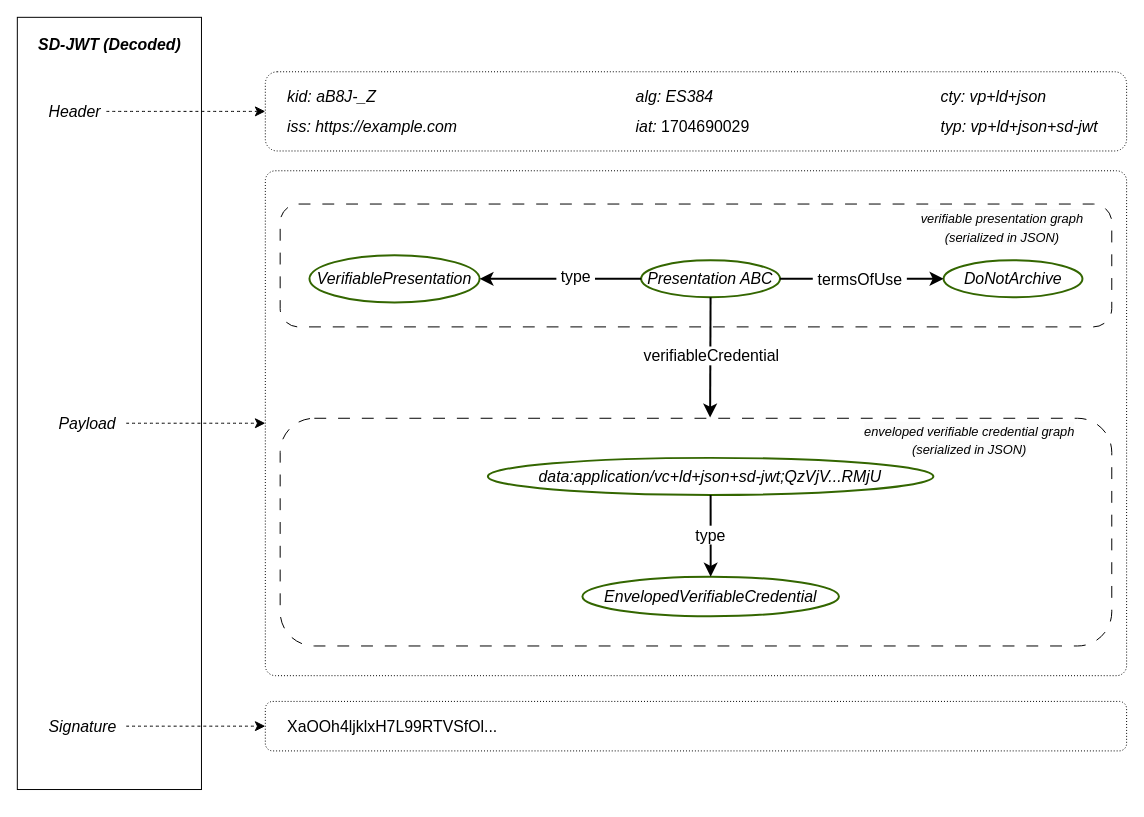
Before: diagrams/vp-jwt.drawio in w3c/vc-data-model, a draw.io diagram. Source tidied: cells renumbered, new cells numbered last; positions are measured from the earlier drawing's top-left corner, leaving out a move shared by most shapes. Both pictures are drawn from the tidied source at 99%, with x=0, y=0 at pixel (17, 17).
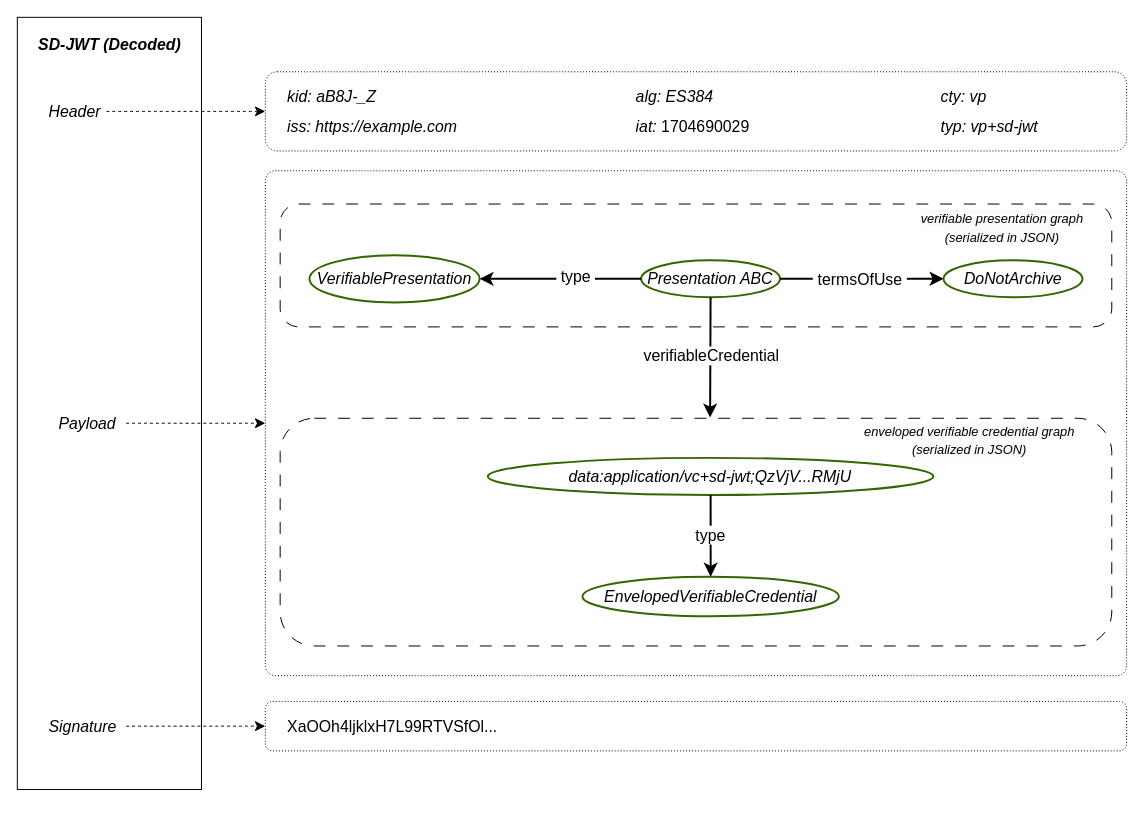
After the change.

Commit message (it also covers changes not shown here):
Remove "+ld+json" from media type text in diagrams.

Unchanged cells that the change refers to:
```xml
<mxCell id="22" style="group;" parent="15" vertex="1">
  <mxGeometry x="660" width="170" height="60" as="geometry" />
</mxCell>
<mxCell id="44" style="group;" parent="25" vertex="1">
  <mxGeometry x="224.8" y="290" width="450" height="167.7" as="geometry" />
</mxCell>
```

What changed in the source:
```diff
@@
-    <mxCell id="23" value="&lt;i&gt;cty: vp+ld+json&lt;/i&gt;" style="text;strokeColor=none;fillColor=none;html=1;align=left;verticalAlign=middle;whiteSpace=wrap;rounded=0;fontSize=16;flipH=0;" parent="22" vertex="1">
+    <mxCell id="23" value="&lt;i&gt;cty: vp&lt;/i&gt;" style="text;strokeColor=none;fillColor=none;html=1;align=left;verticalAlign=middle;whiteSpace=wrap;rounded=0;fontSize=16;flipH=0;" parent="22" vertex="1">
       <mxGeometry width="131" height="30" as="geometry" />
     </mxCell>
-    <mxCell id="24" value="&lt;i&gt;typ: vp+ld+json+sd-jwt&lt;/i&gt;" style="text;strokeColor=none;fillColor=none;html=1;align=left;verticalAlign=middle;whiteSpace=wrap;rounded=0;fontSize=16;flipH=0;" parent="22" vertex="1">
+    <mxCell id="24" value="&lt;i&gt;typ: vp+sd-jwt&lt;/i&gt;" style="text;strokeColor=none;fillColor=none;html=1;align=left;verticalAlign=middle;whiteSpace=wrap;rounded=0;fontSize=16;flipH=0;" parent="22" vertex="1">
       <mxGeometry y="30" width="170" height="30" as="geometry" />
     </mxCell>
@@
-    <mxCell id="46" value="&lt;i&gt;data:application/vc+ld+json+sd-jwt;QzVjV...RMjU&lt;/i&gt;" style="ellipse;whiteSpace=wrap;html=1;fontSize=16;fillColor=none;strokeWidth=2;strokeColor=#336600;" parent="44" vertex="1">
+    <mxCell id="46" value="&lt;i&gt;data:application/vc+sd-jwt;QzVjV...RMjU&lt;/i&gt;" style="ellipse;whiteSpace=wrap;html=1;fontSize=16;fillColor=none;strokeWidth=2;strokeColor=#336600;" parent="44" vertex="1">
       <mxGeometry width="450" height="37.4" as="geometry" />
     </mxCell>
```
